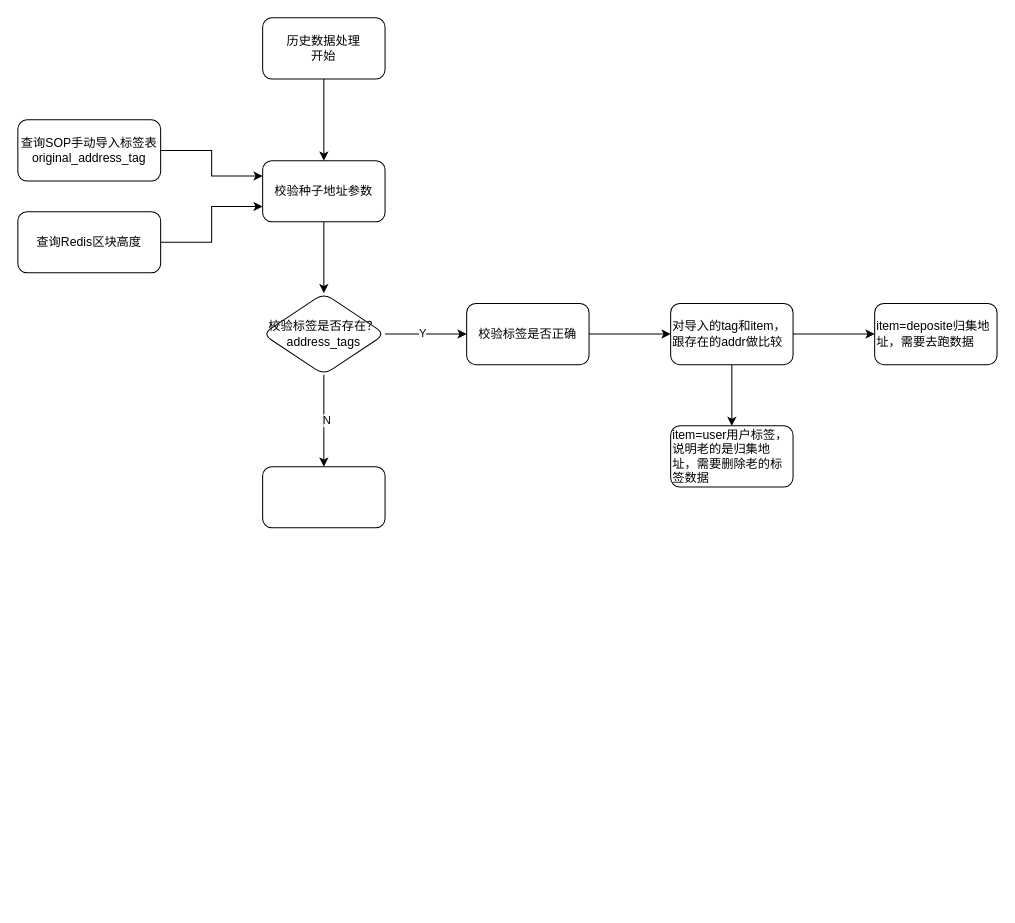
This is Untitled Diagram.drawio from zhangjunliang888/images, a draw.io file, before an edit. Source tidied: cells renumbered, new cells numbered last; positions are measured from the earlier drawing's top-left corner, leaving out a move shared by most shapes. Both pictures are drawn from the tidied source at 102%, with x=0, y=0 at pixel (17, 17).
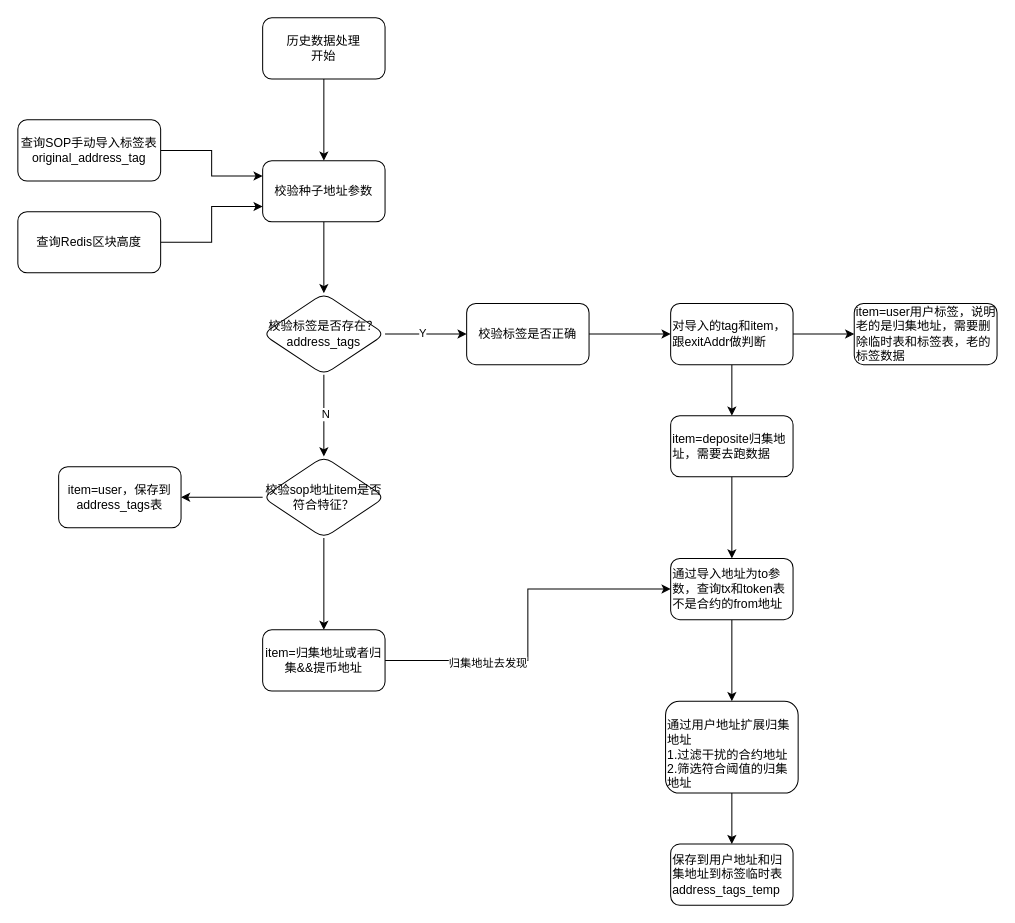
The same diagram, later.

Unchanged cells that the change refers to:
```xml
<mxCell id="14" value="校验标签是否存在？&lt;br&gt;address_tags" style="rhombus;whiteSpace=wrap;html=1;rounded=1;" parent="1" vertex="1">
  <mxGeometry x="240" y="270" width="120" height="80" as="geometry" />
</mxCell>
```

Diff of the diagram source:
```diff
@@
-    <mxCell id="12" style="edgeStyle=orthogonalEdgeStyle;rounded=0;jettySize=auto;html=1;" parent="1" edge="1" source="14" target="17">
-      <mxGeometry relative="1" as="geometry" />
-    </mxCell>
+    <mxCell id="23" style="edgeStyle=orthogonalEdgeStyle;rounded=0;jettySize=auto;html=1;fontFamily=Helvetica;" parent="1" edge="1" source="14" target="32">
+      <mxGeometry relative="1" as="geometry" />
+    </mxCell>
-    <mxCell id="13" value="N" style="edgeLabel;html=1;align=center;verticalAlign=middle;" parent="12" vertex="1">
-      <mxGeometry x="-0.02" y="2" relative="1" as="geometry" />
+    <mxCell id="13" value="N" style="edgeLabel;html=1;align=center;verticalAlign=middle;fontFamily=Helvetica;" parent="23" vertex="1">
+      <mxGeometry x="-0.06" y="1" relative="1" as="geometry" />
     </mxCell>
@@
-    <mxCell id="17" style="whiteSpace=wrap;html=1;rounded=1;" parent="1" vertex="1">
-      <mxGeometry x="240" y="440" width="120" height="60" as="geometry" />
-    </mxCell>
@@
-    <mxCell id="20" value="对导入的tag和item，跟存在的addr做比较" style="whiteSpace=wrap;html=1;rounded=1;align=left;" parent="1" vertex="1">
+    <mxCell id="20" value="对导入的tag和item，跟exitAddr做判断" style="whiteSpace=wrap;html=1;rounded=1;align=left;" parent="1" vertex="1">
       <mxGeometry x="640" y="280" width="120" height="60" as="geometry" />
     </mxCell>
-    <mxCell id="21" value="item=user用户标签，说明老的是归集地址，需要删除老的标签数据" style="whiteSpace=wrap;html=1;align=left;rounded=1;" parent="1" vertex="1">
-      <mxGeometry x="640" y="400" width="120" height="60" as="geometry" />
+    <mxCell id="21" value="item=user用户标签，说明老的是归集地址，需要删除临时表和标签表，老的标签数据" style="whiteSpace=wrap;html=1;align=left;rounded=1;" parent="1" vertex="1">
+      <mxGeometry x="820" y="280" width="140" height="60" as="geometry" />
     </mxCell>
+    <mxCell id="24" style="edgeStyle=orthogonalEdgeStyle;rounded=0;jettySize=auto;html=1;" parent="1" edge="1" source="22" target="26">
+      <mxGeometry relative="1" as="geometry" />
+    </mxCell>
     <mxCell id="22" value="item=deposite归集地址，需要去跑数据" style="whiteSpace=wrap;html=1;align=left;rounded=1;" parent="1" vertex="1">
-      <mxGeometry x="840" y="280" width="120" height="60" as="geometry" />
+      <mxGeometry x="640" y="390" width="120" height="60" as="geometry" />
     </mxCell>
+    <mxCell id="25" style="edgeStyle=orthogonalEdgeStyle;rounded=0;jettySize=auto;html=1;" parent="1" edge="1" source="26" target="28">
+      <mxGeometry relative="1" as="geometry" />
+    </mxCell>
+    <mxCell id="26" value="通过导入地址为to参数，查询tx和token表不是合约的from地址" style="whiteSpace=wrap;html=1;align=left;rounded=1;" parent="1" vertex="1">
+      <mxGeometry x="640" y="530" width="120" height="60" as="geometry" />
+    </mxCell>
+    <mxCell id="27" style="edgeStyle=orthogonalEdgeStyle;rounded=0;jettySize=auto;html=1;" parent="1" edge="1" source="28" target="29">
+      <mxGeometry relative="1" as="geometry" />
+    </mxCell>
+    <mxCell id="28" value="&lt;br&gt;通过用户地址扩展归集地址&lt;br&gt;1.过滤干扰的合约地址&lt;br&gt;2.筛选符合阈值的归集地址" style="whiteSpace=wrap;html=1;align=left;rounded=1;" parent="1" vertex="1">
+      <mxGeometry x="635" y="670" width="130" height="90" as="geometry" />
+    </mxCell>
+    <mxCell id="29" value="保存到用户地址和归集地址到标签临时表&lt;br&gt;address_tags_temp" style="whiteSpace=wrap;html=1;align=left;rounded=1;" parent="1" vertex="1">
+      <mxGeometry x="640" y="810" width="120" height="60" as="geometry" />
+    </mxCell>
+    <mxCell id="30" style="edgeStyle=orthogonalEdgeStyle;rounded=0;jettySize=auto;html=1;fontFamily=Helvetica;" parent="1" edge="1" source="32" target="33">
+      <mxGeometry relative="1" as="geometry" />
+    </mxCell>
+    <mxCell id="31" style="edgeStyle=orthogonalEdgeStyle;rounded=0;jettySize=auto;html=1;fontFamily=Helvetica;" parent="1" edge="1" source="32" target="36">
+      <mxGeometry relative="1" as="geometry" />
+    </mxCell>
+    <mxCell id="32" value="校验sop地址item是否符合特征？" style="rhombus;whiteSpace=wrap;html=1;rounded=1;" parent="1" vertex="1">
+      <mxGeometry x="240" y="430" width="120" height="80" as="geometry" />
+    </mxCell>
+    <mxCell id="33" value="item=user，保存到address_tags表" style="whiteSpace=wrap;html=1;rounded=1;" parent="1" vertex="1">
+      <mxGeometry x="40" y="440" width="120" height="60" as="geometry" />
+    </mxCell>
+    <mxCell id="34" style="edgeStyle=orthogonalEdgeStyle;rounded=0;jettySize=auto;html=1;entryX=0;entryY=0.5;entryDx=0;entryDy=0;fontFamily=Helvetica;" parent="1" edge="1" source="36" target="26">
+      <mxGeometry relative="1" as="geometry" />
+    </mxCell>
+    <mxCell id="35" value="归集地址去发现" style="edgeLabel;html=1;align=center;verticalAlign=middle;fontFamily=Helvetica;" parent="34" vertex="1">
+      <mxGeometry x="-0.43" y="-1" relative="1" as="geometry">
+        <mxPoint y="1" as="offset" />
+      </mxGeometry>
+    </mxCell>
+    <mxCell id="36" value="item=归集地址或者归集&amp;amp;&amp;amp;提币地址" style="whiteSpace=wrap;html=1;rounded=1;" parent="1" vertex="1">
+      <mxGeometry x="240" y="600" width="120" height="60" as="geometry" />
+    </mxCell>
```
